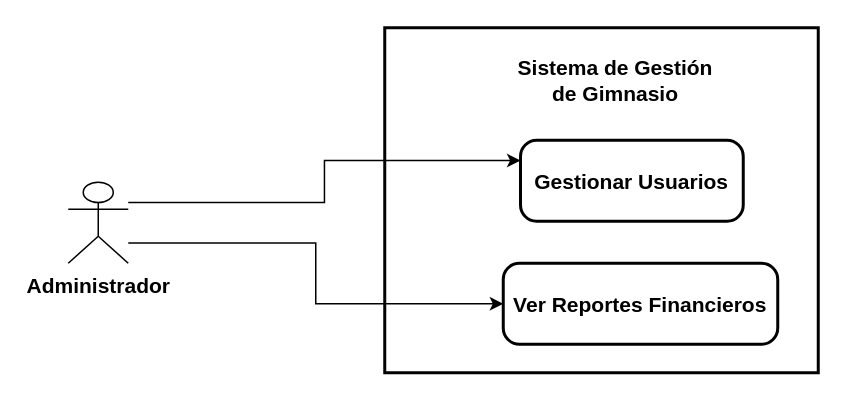
The draw.io diagram CASO1.drawio in RogerNegrete/sistemas-distribuidos, before the edit. Source tidied: cells renumbered, new cells numbered last; positions are measured from the earlier drawing's top-left corner, leaving out a move shared by most shapes. Both pictures are drawn from the tidied source at 150%, with x=0, y=0 at pixel (68, 27).
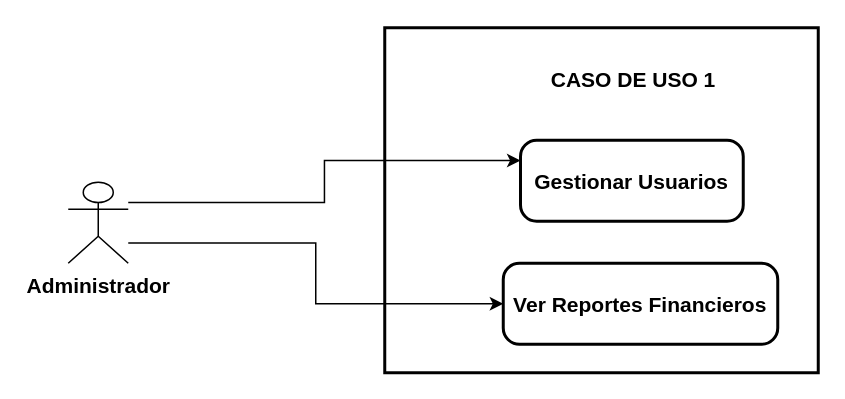
Above is the later version.

Diff of the diagram source:
```diff
@@
 <mxGraphModel>
   <root>
     <mxCell id="0" />
     <mxCell id="1" parent="0" />
     <mxCell id="2" style="whiteSpace=wrap;strokeWidth=2;" parent="1" vertex="1">
       <mxGeometry x="211" width="289" height="230" as="geometry" />
     </mxCell>
     <mxCell id="3" style="edgeStyle=orthogonalEdgeStyle;rounded=0;jettySize=auto;html=1;exitX=1;exitY=0.75;exitDx=0;exitDy=0;entryX=0;entryY=0.5;entryDx=0;entryDy=0;" parent="1" edge="1" source="5" target="8">
       <mxGeometry relative="1" as="geometry" />
     </mxCell>
     <mxCell id="4" style="edgeStyle=orthogonalEdgeStyle;rounded=0;jettySize=auto;html=1;exitX=1;exitY=0.25;exitDx=0;exitDy=0;entryX=0;entryY=0.25;entryDx=0;entryDy=0;" parent="1" edge="1" source="5" target="6">
       <mxGeometry relative="1" as="geometry" />
     </mxCell>
     <mxCell id="5" value="&lt;font style=&quot;font-size: 14px;&quot;&gt;&lt;b&gt;Administrador&lt;/b&gt;&lt;/font&gt;" style="shape=umlActor;verticalLabelPosition=bottom;verticalAlign=top;html=1;outlineConnect=0;" parent="1" vertex="1">
       <mxGeometry y="103" width="40" height="54" as="geometry" />
     </mxCell>
     <mxCell id="6" value="Gestionar Usuarios" style="rounded=1;arcSize=20;strokeWidth=2;fontSize=14;fontStyle=1;" parent="1" vertex="1">
       <mxGeometry x="301.5" y="75" width="148.5" height="54" as="geometry" />
     </mxCell>
-    <mxCell id="7" value="&lt;font style=&quot;font-size: 14px;&quot;&gt;&lt;b&gt;Sistema de Gestión de Gimnasio&lt;/b&gt;&lt;/font&gt;" style="text;html=1;align=center;verticalAlign=middle;whiteSpace=wrap;rounded=0;" parent="1" vertex="1">
-      <mxGeometry x="290" y="10" width="150" height="50" as="geometry" />
+    <mxCell id="7" value="&lt;span class=&quot;MsoPlaceholderText&quot;&gt;&lt;span style=&quot;&quot; lang=&quot;ES-TRAD&quot;&gt;&lt;font face=&quot;Helvetica&quot; style=&quot;font-size: 14px;&quot;&gt;&lt;b style=&quot;&quot;&gt;CASO DE USO 1&lt;/b&gt;&lt;/font&gt;&lt;/span&gt;&lt;/span&gt;" style="text;html=1;align=center;verticalAlign=middle;whiteSpace=wrap;rounded=0;" parent="1" vertex="1">
+      <mxGeometry x="301.5" y="10" width="150" height="50" as="geometry" />
     </mxCell>
     <mxCell id="8" value="Ver Reportes Financieros" style="rounded=1;arcSize=20;strokeWidth=2;fontSize=14;fontStyle=1;" parent="1" vertex="1">
       <mxGeometry x="290" y="157" width="183" height="54" as="geometry" />
     </mxCell>
   </root>
 </mxGraphModel>
```
